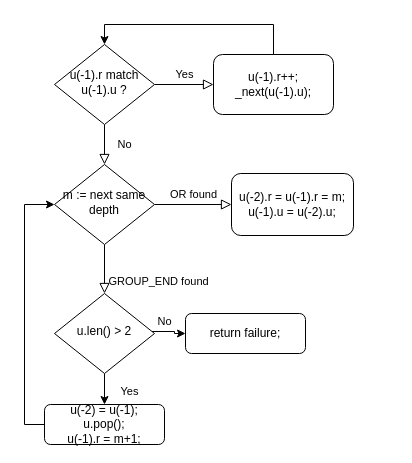
This is rgxalgo.drawio from DaApppooo/butch, a draw.io file, before an edit. Source tidied: cells renumbered, new cells numbered last; positions are measured from the earlier drawing's top-left corner, leaving out a move shared by most shapes. Both pictures are drawn from the tidied source at 100%, with x=0, y=0 at pixel (24, 24).
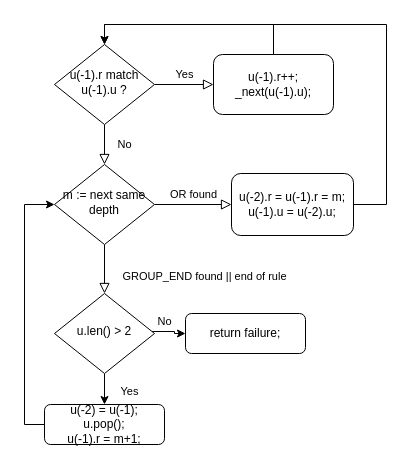
After the change.

The change refers to these unchanged cells:
```xml
<mxCell id="4" value="u(-1).r match u(-1).u ?" style="rhombus;whiteSpace=wrap;html=1;shadow=0;fontFamily=Helvetica;fontSize=12;align=center;strokeWidth=1;spacing=6;spacingTop=-4;" parent="1" vertex="1">
  <mxGeometry x="30" y="20" width="100" height="80" as="geometry" />
</mxCell>
<mxCell id="7" value="m := next same depth" style="rhombus;whiteSpace=wrap;html=1;shadow=0;fontFamily=Helvetica;fontSize=12;align=center;strokeWidth=1;spacing=6;spacingTop=-4;" parent="1" vertex="1">
  <mxGeometry x="30" y="140" width="100" height="80" as="geometry" />
</mxCell>
<mxCell id="12" value="u(-2).r = u(-1).r = m;&lt;div&gt;u(-1).u = u(-2).u;&lt;/div&gt;" style="rounded=1;whiteSpace=wrap;html=1;" parent="1" vertex="1">
  <mxGeometry x="207" y="149" width="122" height="62" as="geometry" />
</mxCell>
<mxCell id="17" value="u.len() &amp;gt; 2" style="rhombus;whiteSpace=wrap;html=1;shadow=0;fontFamily=Helvetica;fontSize=12;align=center;strokeWidth=1;spacing=6;spacingTop=-4;" parent="1" vertex="1">
  <mxGeometry x="30" y="269" width="100" height="80" as="geometry" />
</mxCell>
```

Diff of the diagram source:
```diff
@@
-    <mxCell id="5" value="GROUP_END found" style="rounded=0;html=1;jettySize=auto;fontSize=11;endArrow=block;endFill=0;endSize=8;strokeWidth=1;shadow=0;labelBackgroundColor=none;edgeStyle=orthogonalEdgeStyle;entryX=0.5;entryY=0;entryDx=0;entryDy=0;" parent="1" edge="1" source="7" target="17">
-      <mxGeometry x="0.5" y="54" relative="1" as="geometry" />
+    <mxCell id="5" value="GROUP_END found || end of rule" style="rounded=0;html=1;jettySize=auto;fontSize=11;endArrow=block;endFill=0;endSize=8;strokeWidth=1;shadow=0;labelBackgroundColor=none;edgeStyle=orthogonalEdgeStyle;entryX=0.5;entryY=0;entryDx=0;entryDy=0;" parent="1" edge="1" source="7" target="17">
+      <mxGeometry x="0.31" y="100" relative="1" as="geometry" />
     </mxCell>
@@
+    <mxCell id="19" style="edgeStyle=orthogonalEdgeStyle;rounded=0;jettySize=auto;html=1;entryX=0.5;entryY=0;entryDx=0;entryDy=0;" parent="1" edge="1" source="12" target="4">
+      <mxGeometry relative="1" as="geometry">
+        <Array as="points">
+          <mxPoint x="362" y="180" />
+          <mxPoint x="362" />
+          <mxPoint x="80" />
+        </Array>
+      </mxGeometry>
+    </mxCell>
```
